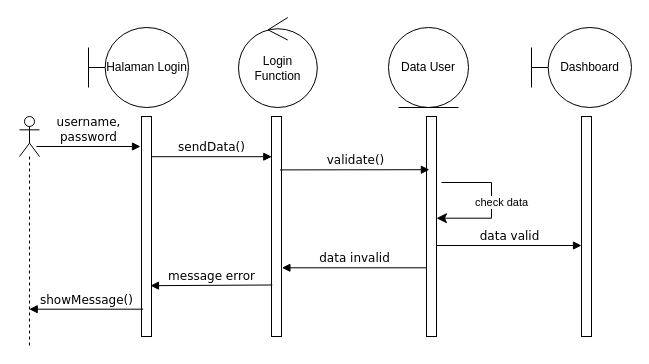
This is page "Login" (1 of 6) of diagram/sequence_diagram.drawio from dzikfr/mpi, a draw.io file, before an edit. Source tidied: cells renumbered, new cells numbered last; positions are measured from the earlier drawing's top-left corner, leaving out a move shared by most shapes. Both pictures are drawn from the tidied source at 100%, with x=0, y=0 at pixel (19, 17).
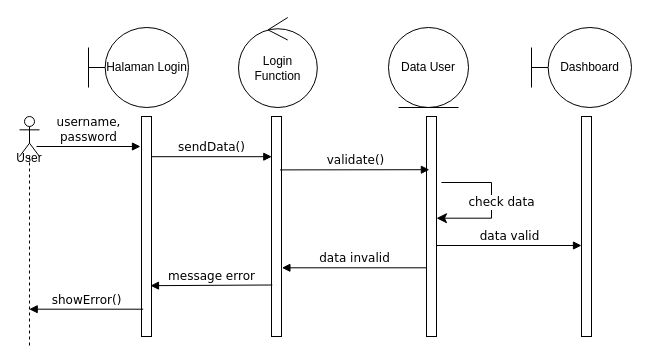
After the change.

Diff of the diagram source:
```diff
@@
-    <mxCell id="15" value="showMessage()" style="html=1;verticalAlign=bottom;endArrow=block;labelBackgroundColor=none;fontFamily=Verdana;fontSize=12;elbow=vertical;exitX=0.174;exitY=0.544;exitDx=0;exitDy=0;exitPerimeter=0;" parent="1" edge="1">
+    <mxCell id="15" value="showError()" style="html=1;verticalAlign=bottom;endArrow=block;labelBackgroundColor=none;fontFamily=Verdana;fontSize=12;elbow=vertical;exitX=0.174;exitY=0.544;exitDx=0;exitDy=0;exitPerimeter=0;" parent="1" edge="1">
       <mxGeometry relative="1" as="geometry">
         <mxPoint x="123.7" y="291.7" as="sourcePoint" />
         <mxPoint x="9.7" y="291.7" as="targetPoint" />
       </mxGeometry>
     </mxCell>
@@
-    <mxCell id="17" style="shape=umlLifeline;perimeter=lifelinePerimeter;whiteSpace=wrap;html=1;newEdgeStyle={&quot;curved&quot;:0,&quot;rounded&quot;:0};participant=umlActor;" parent="1" vertex="1">
+    <mxCell id="17" value="&lt;div&gt;&lt;br&gt;&lt;/div&gt;&lt;div&gt;&lt;br&gt;&lt;/div&gt;&lt;div&gt;&lt;br&gt;&lt;/div&gt;User" style="shape=umlLifeline;perimeter=lifelinePerimeter;whiteSpace=wrap;html=1;newEdgeStyle={&quot;curved&quot;:0,&quot;rounded&quot;:0};participant=umlActor;" parent="1" vertex="1">
       <mxGeometry y="99" width="20" height="230" as="geometry" />
     </mxCell>
-    <mxCell id="18" value="check data" style="edgeStyle=elbowEdgeStyle;endArrow=classic;html=1;rounded=0;endSize=8;startSize=8;entryX=0.998;entryY=0.183;entryDx=0;entryDy=0;entryPerimeter=0;" parent="1" edge="1">
+    <mxCell id="18" value="&lt;font face=&quot;Verdana&quot; style=&quot;font-size: 12px;&quot;&gt;check data&lt;/font&gt;" style="edgeStyle=elbowEdgeStyle;endArrow=classic;html=1;rounded=0;endSize=8;startSize=8;entryX=0.998;entryY=0.183;entryDx=0;entryDy=0;entryPerimeter=0;" parent="1" edge="1">
       <mxGeometry y="10" relative="1" as="geometry">
         <mxPoint x="422" y="165" as="sourcePoint" />
         <mxPoint x="417" y="200.7" as="targetPoint" />
         <Array as="points">
           <mxPoint x="472" y="199.3" />
         </Array>
       </mxGeometry>
     </mxCell>
```
